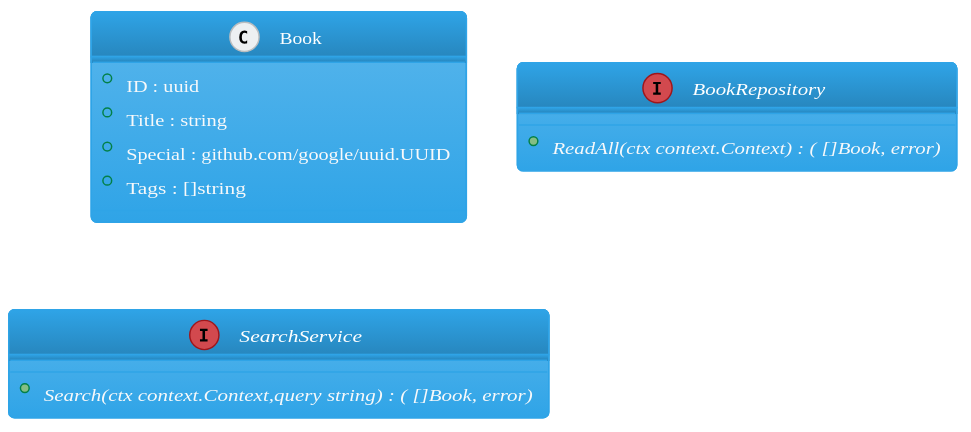
This is ddd/v1/internal/example/server/uml-search-core-api.gen.svg from golangee/ddd, a PlantUML export, as it was before one commit.
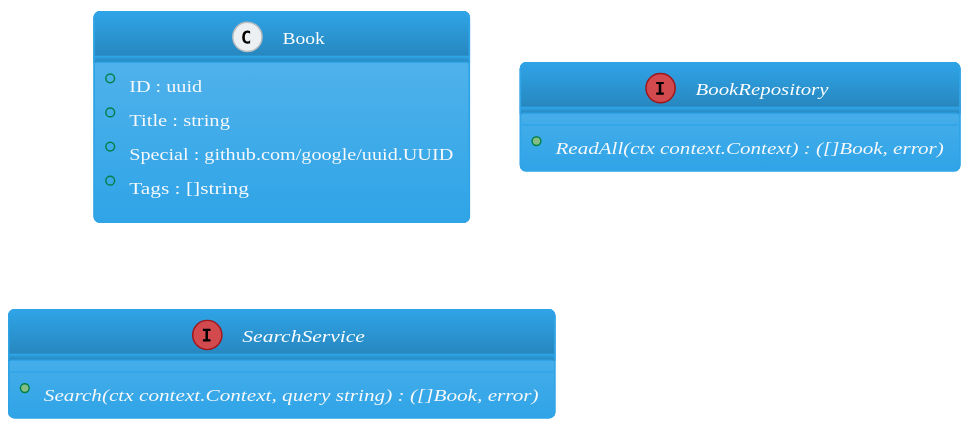
After the commit.

Commit message:
added use case interface diagrams

What changed in the source:
```diff
@@ -318,9 +318,9 @@
 +Tags : []string
 }
 interface "BookRepository" {
-{abstract} +ReadAll(ctx context.Context) : ( []Book, error)
+{abstract} +ReadAll(ctx context.Context) : ([]Book,  error)
 }
 interface "SearchService" {
-{abstract} +Search(ctx context.Context,query string) : ( []Book, error)
+{abstract} +Search(ctx context.Context, query string) : ([]Book,  error)
 }
 @enduml
```
